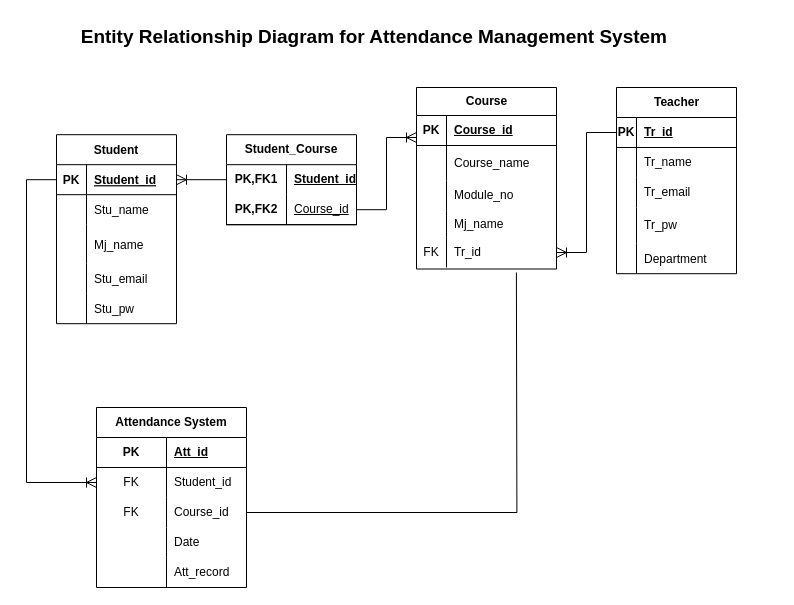
KhunMaungNgwee/InternShipProject keeps this draw.io diagram as ER.drawio. Above is the earlier version. Source tidied: cells renumbered, new cells numbered last; positions are measured from the earlier drawing's top-left corner, leaving out a move shared by most shapes. Both pictures are drawn from the tidied source at 100%, with x=0, y=0 at pixel (26, 17).
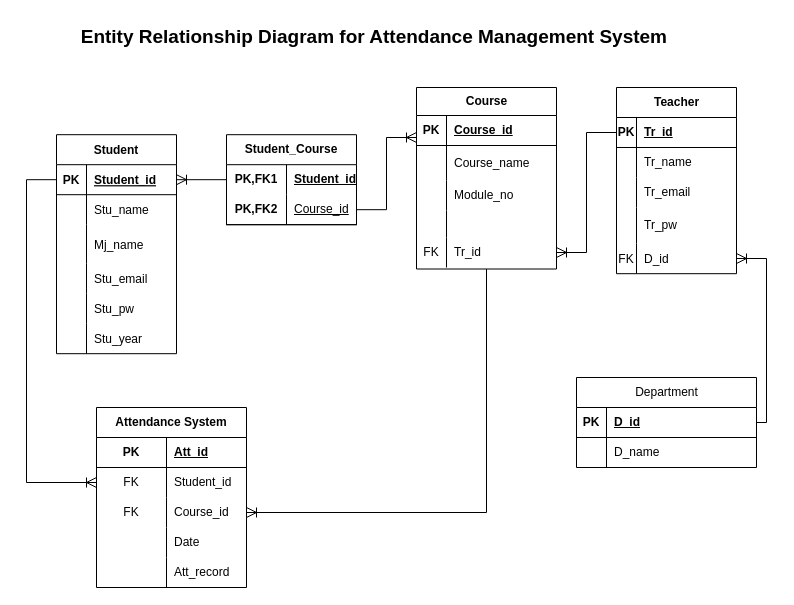
The same diagram, later.

Unchanged cells that the change refers to:
```xml
<mxCell id="18" value="Course" style="shape=table;startSize=28;childLayout=tableLayout;rowLines=0;fontStyle=1;align=center;html=1;" parent="1" vertex="1">
  <mxGeometry x="390" y="70" width="140" height="181.5" as="geometry" />
</mxCell>
<mxCell id="28" style="shape=tableRow;horizontal=0;startSize=0;swimlaneHead=0;swimlaneBody=0;fillColor=none;top=0;left=0;right=0;bottom=0;" parent="18" vertex="1">
  <mxGeometry y="123" width="140" height="27" as="geometry" />
</mxCell>
<mxCell id="41" style="shape=tableRow;horizontal=0;startSize=0;swimlaneHead=0;swimlaneBody=0;fillColor=none;points=[[0,0.5],[1,0.5]];portConstraint=eastwest;top=0;left=0;right=0;bottom=0;" parent="34" vertex="1">
  <mxGeometry y="90" width="150" height="30" as="geometry" />
</mxCell>
<mxCell id="63" style="shape=tableRow;horizontal=0;startSize=0;swimlaneHead=0;swimlaneBody=0;fillColor=none;points=[[0,0.5],[1,0.5]];portConstraint=eastwest;top=0;left=0;right=0;bottom=0;" parent="50" vertex="1">
  <mxGeometry y="156" width="120" height="30" as="geometry" />
</mxCell>
```

Diff of the diagram source:
```diff
@@
     <mxCell id="2" value="Student" style="shape=table;startSize=30;childLayout=tableLayout;rowLines=0;fontStyle=1;align=center;" parent="1" vertex="1">
-      <mxGeometry x="30" y="117.2" width="120" height="189" as="geometry" />
+      <mxGeometry x="30" y="117.2" width="120" height="219" as="geometry" />
     </mxCell>
@@
+    <mxCell id="79" style="shape=tableRow;horizontal=0;startSize=0;swimlaneHead=0;swimlaneBody=0;fillColor=none;top=0;left=0;right=0;bottom=0;" parent="2" vertex="1">
+      <mxGeometry y="189" width="120" height="30" as="geometry" />
+    </mxCell>
+    <mxCell id="80" style="shape=partialRectangle;fillColor=none;top=0;left=0;bottom=0;right=0;overflow=hidden;" parent="79" vertex="1">
+      <mxGeometry width="30" height="30" as="geometry" />
+    </mxCell>
+    <mxCell id="81" value="Stu_year" style="shape=partialRectangle;fillColor=none;top=0;left=0;bottom=0;right=0;align=left;spacingLeft=6;overflow=hidden;" parent="79" vertex="1">
+      <mxGeometry x="30" width="90" height="30" as="geometry" />
+    </mxCell>
@@
-    <mxCell id="30" value="Mj_name" style="shape=partialRectangle;fillColor=none;top=0;left=0;bottom=0;right=0;align=left;spacingLeft=6;overflow=hidden;whiteSpace=wrap;html=1;" parent="28" vertex="1">
+    <mxCell id="30" style="shape=partialRectangle;fillColor=none;top=0;left=0;bottom=0;right=0;align=left;spacingLeft=6;overflow=hidden;whiteSpace=wrap;html=1;" parent="28" vertex="1">
       <mxGeometry x="30" width="110" height="27" as="geometry" />
     </mxCell>
@@
-    <mxCell id="64" style="shape=partialRectangle;fillColor=none;top=0;left=0;bottom=0;right=0;overflow=hidden;" parent="63" vertex="1">
+    <mxCell id="64" value="FK" style="shape=partialRectangle;fillColor=none;top=0;left=0;bottom=0;right=0;overflow=hidden;" parent="63" vertex="1">
       <mxGeometry width="20" height="30" as="geometry" />
     </mxCell>
-    <mxCell id="65" value="Department" style="shape=partialRectangle;fillColor=none;top=0;left=0;bottom=0;right=0;align=left;spacingLeft=6;overflow=hidden;" parent="63" vertex="1">
+    <mxCell id="65" value="D_id" style="shape=partialRectangle;fillColor=none;top=0;left=0;bottom=0;right=0;align=left;spacingLeft=6;overflow=hidden;" parent="63" vertex="1">
       <mxGeometry x="20" width="100" height="30" as="geometry" />
     </mxCell>
@@
-    <mxCell id="78" style="endArrow=none;html=1;rounded=0;edgeStyle=orthogonalEdgeStyle;entryX=0.571;entryY=1.333;entryDx=0;entryDy=0;entryPerimeter=0;exitX=1;exitY=0.5;exitDx=0;exitDy=0;" parent="1" edge="1" source="41">
-      <mxGeometry relative="1" as="geometry">
-        <mxPoint x="489.9" y="255" as="targetPoint" />
-      </mxGeometry>
-    </mxCell>
+    <mxCell id="82" value="&lt;span style=&quot;font-weight: 400; text-align: left;&quot;&gt;Department&lt;/span&gt;" style="shape=table;startSize=30;childLayout=tableLayout;rowLines=0;fontStyle=1;align=center;html=1;" parent="1" vertex="1">
+      <mxGeometry x="550" y="360" width="180" height="90" as="geometry" />
+    </mxCell>
+    <mxCell id="83" style="shape=tableRow;horizontal=0;startSize=0;swimlaneHead=0;swimlaneBody=0;fillColor=none;points=[[0,0.5],[1,0.5]];portConstraint=eastwest;top=0;left=0;right=0;bottom=1;" parent="82" vertex="1">
+      <mxGeometry y="30" width="180" height="30" as="geometry" />
+    </mxCell>
+    <mxCell id="84" value="PK" style="shape=partialRectangle;fillColor=none;top=0;left=0;bottom=0;right=0;fontStyle=1;overflow=hidden;whiteSpace=wrap;html=1;" parent="83" vertex="1">
+      <mxGeometry width="30" height="30" as="geometry" />
+    </mxCell>
+    <mxCell id="85" value="D_id" style="shape=partialRectangle;fillColor=none;top=0;left=0;bottom=0;right=0;align=left;spacingLeft=6;fontStyle=5;overflow=hidden;whiteSpace=wrap;html=1;" parent="83" vertex="1">
+      <mxGeometry x="30" width="150" height="30" as="geometry" />
+    </mxCell>
+    <mxCell id="86" style="shape=tableRow;horizontal=0;startSize=0;swimlaneHead=0;swimlaneBody=0;fillColor=none;top=0;left=0;right=0;bottom=0;" parent="82" vertex="1">
+      <mxGeometry y="60" width="180" height="30" as="geometry" />
+    </mxCell>
+    <mxCell id="87" style="shape=partialRectangle;fillColor=none;top=0;left=0;bottom=0;right=0;overflow=hidden;whiteSpace=wrap;html=1;" parent="86" vertex="1">
+      <mxGeometry width="30" height="30" as="geometry" />
+    </mxCell>
+    <mxCell id="88" value="D_name" style="shape=partialRectangle;fillColor=none;top=0;left=0;bottom=0;right=0;align=left;spacingLeft=6;overflow=hidden;whiteSpace=wrap;html=1;" parent="86" vertex="1">
+      <mxGeometry x="30" width="150" height="30" as="geometry" />
+    </mxCell>
+    <mxCell id="89" style="edgeStyle=orthogonalEdgeStyle;fontSize=12;html=1;endArrow=ERoneToMany;rounded=0;startSize=8;endSize=8;entryX=1;entryY=0.5;entryDx=0;entryDy=0;exitX=1;exitY=0.5;exitDx=0;exitDy=0;" parent="1" edge="1" source="83" target="63">
+      <mxGeometry relative="1" as="geometry" />
+    </mxCell>
+    <mxCell id="90" style="edgeStyle=elbowEdgeStyle;fontSize=12;html=1;endArrow=ERoneToMany;rounded=0;startSize=8;endSize=8;entryX=1;entryY=0.5;entryDx=0;entryDy=0;exitX=0.5;exitY=1;exitDx=0;exitDy=0;elbow=vertical;" parent="1" edge="1" source="18" target="41">
+      <mxGeometry relative="1" as="geometry">
+        <Array as="points">
+          <mxPoint x="380" y="495" />
+        </Array>
+      </mxGeometry>
+    </mxCell>
```
